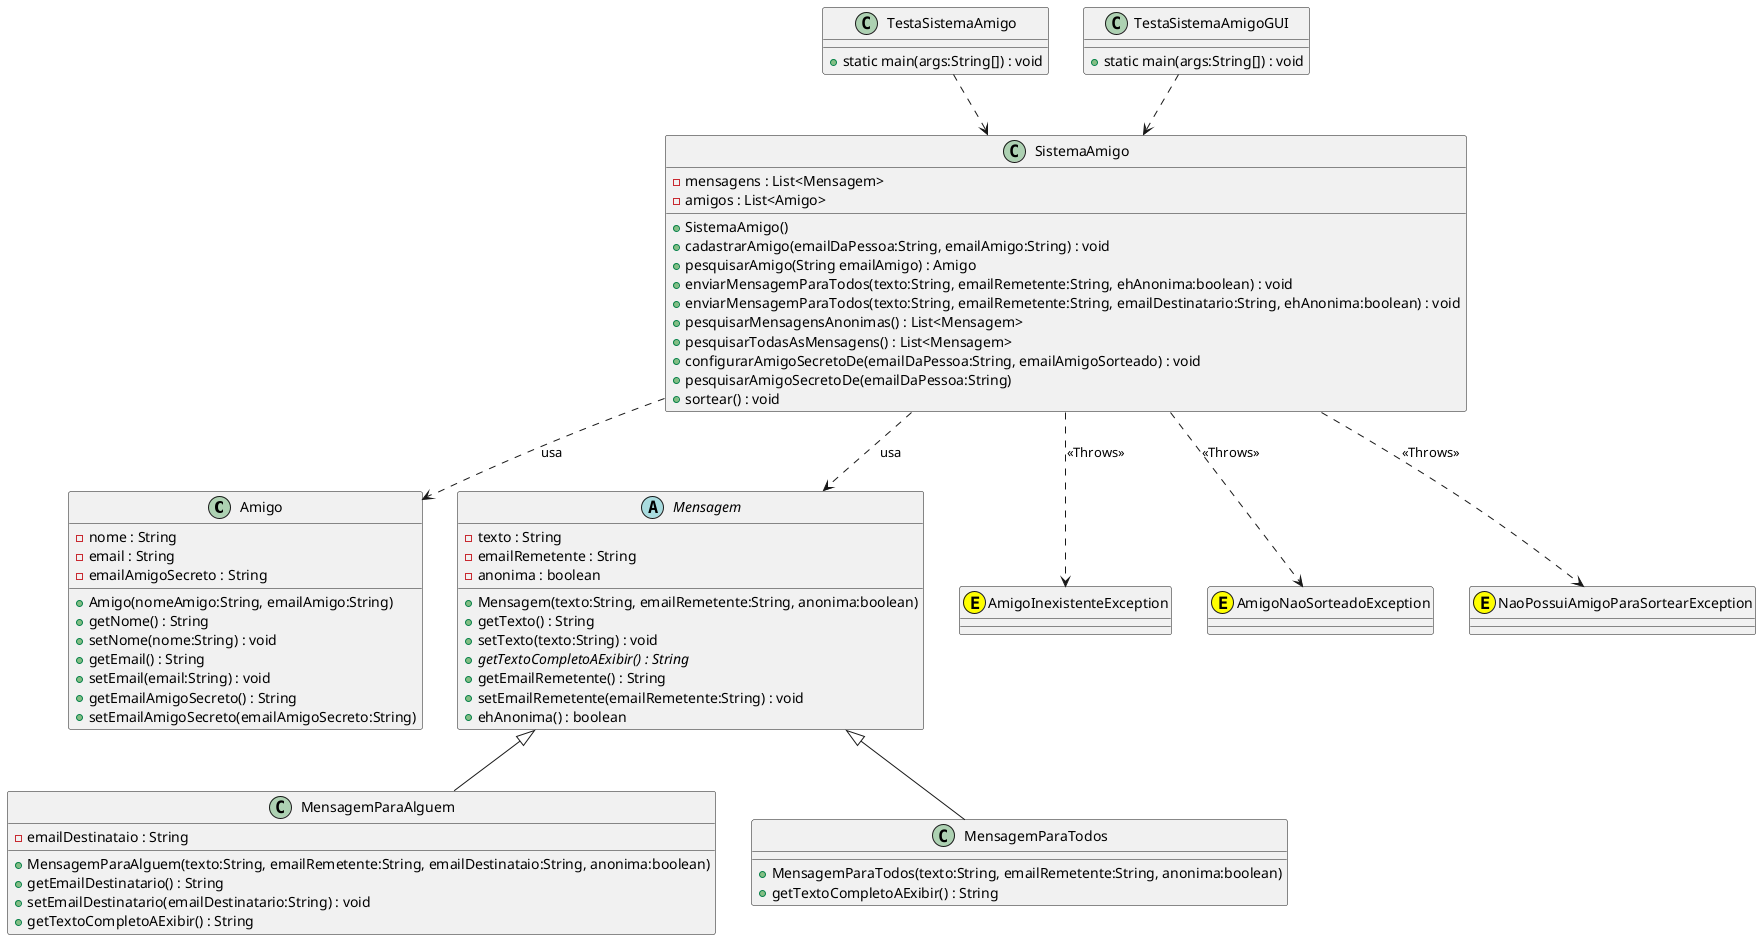
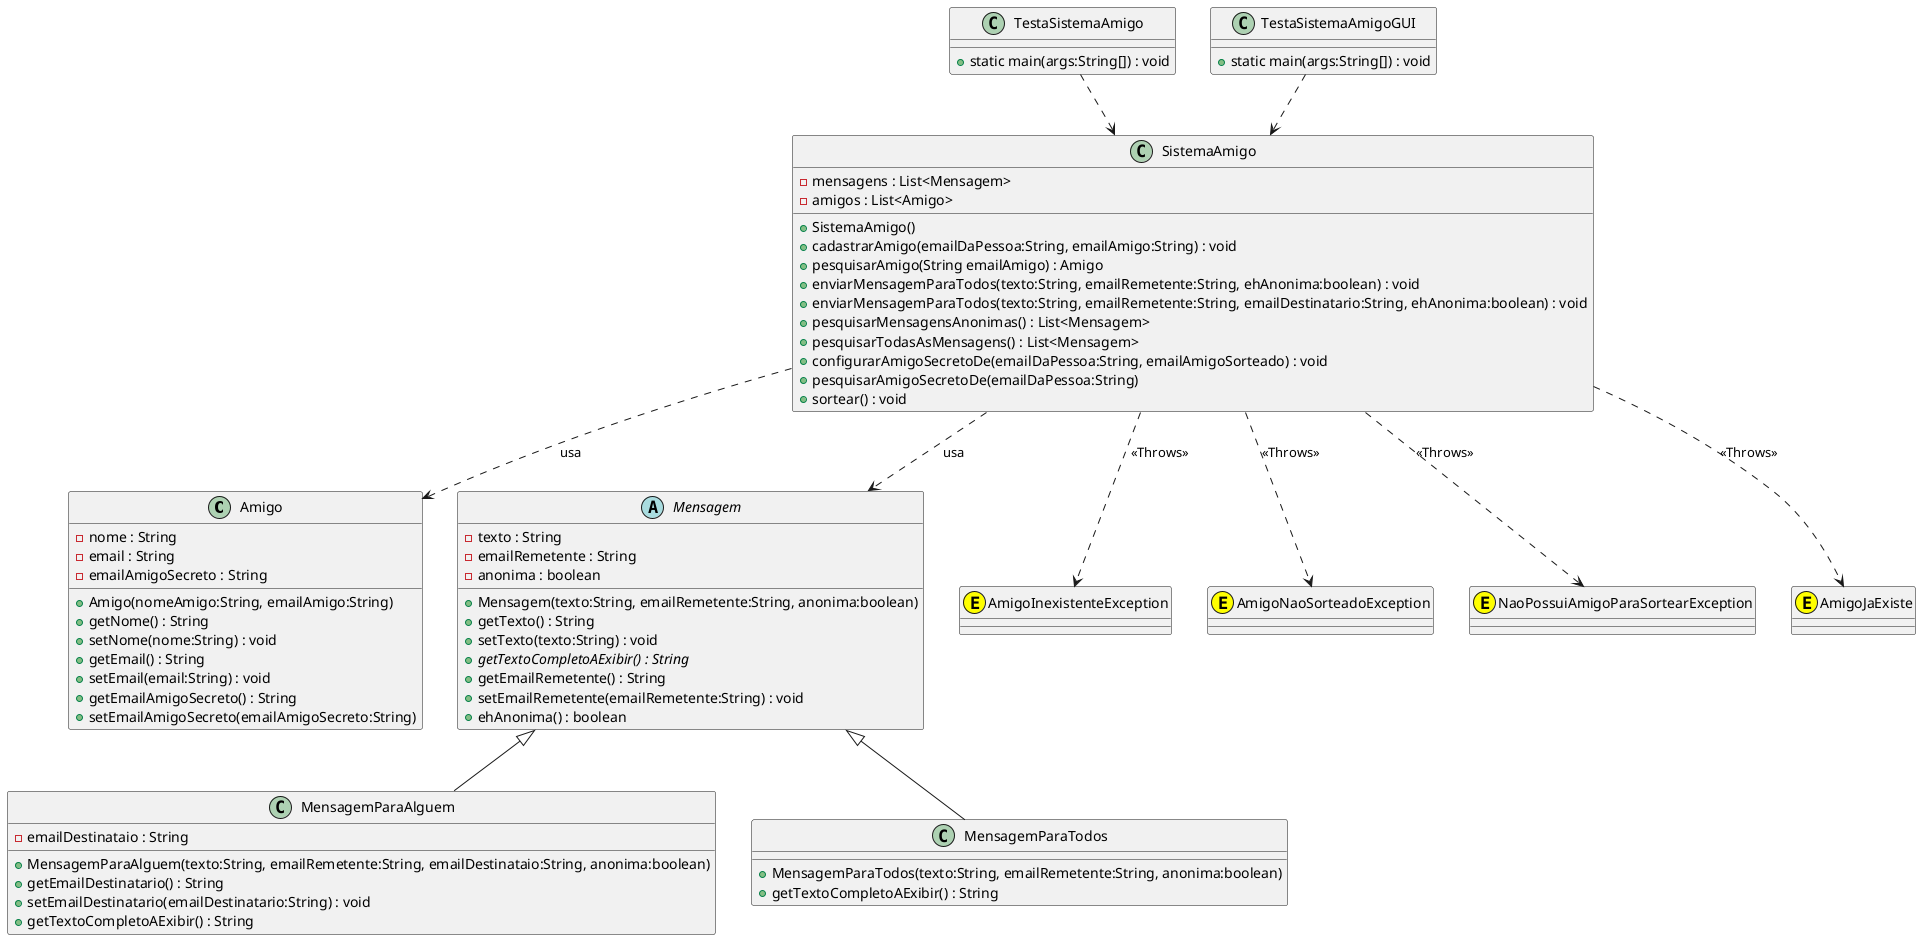
@startuml
'https://plantuml.com/class-diagram

class Amigo{
- nome : String
- email : String
- emailAmigoSecreto : String
+ Amigo(nomeAmigo:String, emailAmigo:String)
+ getNome() : String
+ setNome(nome:String) : void
+ getEmail() : String
+ setEmail(email:String) : void
+ getEmailAmigoSecreto() : String
+ setEmailAmigoSecreto(emailAmigoSecreto:String)
}

abstract class Mensagem{
    - texto : String
    - emailRemetente : String
    - anonima : boolean
    + Mensagem(texto:String, emailRemetente:String, anonima:boolean)
    + getTexto() : String
    + setTexto(texto:String) : void
    + {abstract} getTextoCompletoAExibir() : String
    + getEmailRemetente() : String
    + setEmailRemetente(emailRemetente:String) : void
    + ehAnonima() : boolean
}

class MensagemParaAlguem{
- emailDestinataio : String
+ MensagemParaAlguem(texto:String, emailRemetente:String, emailDestinataio:String, anonima:boolean)
+ getEmailDestinatario() : String
+ setEmailDestinatario(emailDestinatario:String) : void
+ getTextoCompletoAExibir() : String
}

class MensagemParaTodos{
+ MensagemParaTodos(texto:String, emailRemetente:String, anonima:boolean)
+ getTextoCompletoAExibir() : String
}

class SistemaAmigo{
- mensagens : List<Mensagem>
- amigos : List<Amigo>
+ SistemaAmigo()
+ cadastrarAmigo(emailDaPessoa:String, emailAmigo:String) : void
+ pesquisarAmigo(String emailAmigo) : Amigo
+ enviarMensagemParaTodos(texto:String, emailRemetente:String, ehAnonima:boolean) : void
+ enviarMensagemParaTodos(texto:String, emailRemetente:String, emailDestinatario:String, ehAnonima:boolean) : void
+ pesquisarMensagensAnonimas() : List<Mensagem>
+ pesquisarTodasAsMensagens() : List<Mensagem>
+ configurarAmigoSecretoDe(emailDaPessoa:String, emailAmigoSorteado) : void
+ pesquisarAmigoSecretoDe(emailDaPessoa:String)
+ sortear() : void
}

class TestaSistemaAmigo{
+ static main(args:String[]) : void
}

class TestaSistemaAmigoGUI{
+ static main(args:String[]) : void
}

class AmigoInexistenteException <<(E, Yellow)>>
class AmigoNaoSorteadoException <<(E, Yellow)>>
class NaoPossuiAmigoParaSortearException <<(E, Yellow)>>
+ class AmigoJaExiste <<(E, Yellow)>>

Mensagem <|-- MensagemParaAlguem
Mensagem <|-- MensagemParaTodos
SistemaAmigo ..> AmigoInexistenteException : <<Throws>>
SistemaAmigo ..> Amigo : usa
SistemaAmigo ..> Mensagem : usa
SistemaAmigo ..> NaoPossuiAmigoParaSortearException : <<Throws>>
SistemaAmigo ..> AmigoNaoSorteadoException : <<Throws>>
+ SistemaAmigo ..> AmigoJaExiste : <<Throws>>
TestaSistemaAmigo ..> SistemaAmigo
TestaSistemaAmigoGUI ..> SistemaAmigo
'abstract class AbstractList
'abstract AbstractCollection
'interface List
'interface Collection

'List <|-- AbstractList
'Collection <|-- AbstractCollection

'Collection <|- List
'AbstractCollection <|- AbstractList
'AbstractList <|-- ArrayList

'class ArrayList {
'Object[] elementData
'size()
'}

'enum TimeUnit {
'DAYS
'HOURS
'MINUTES
'}

@enduml